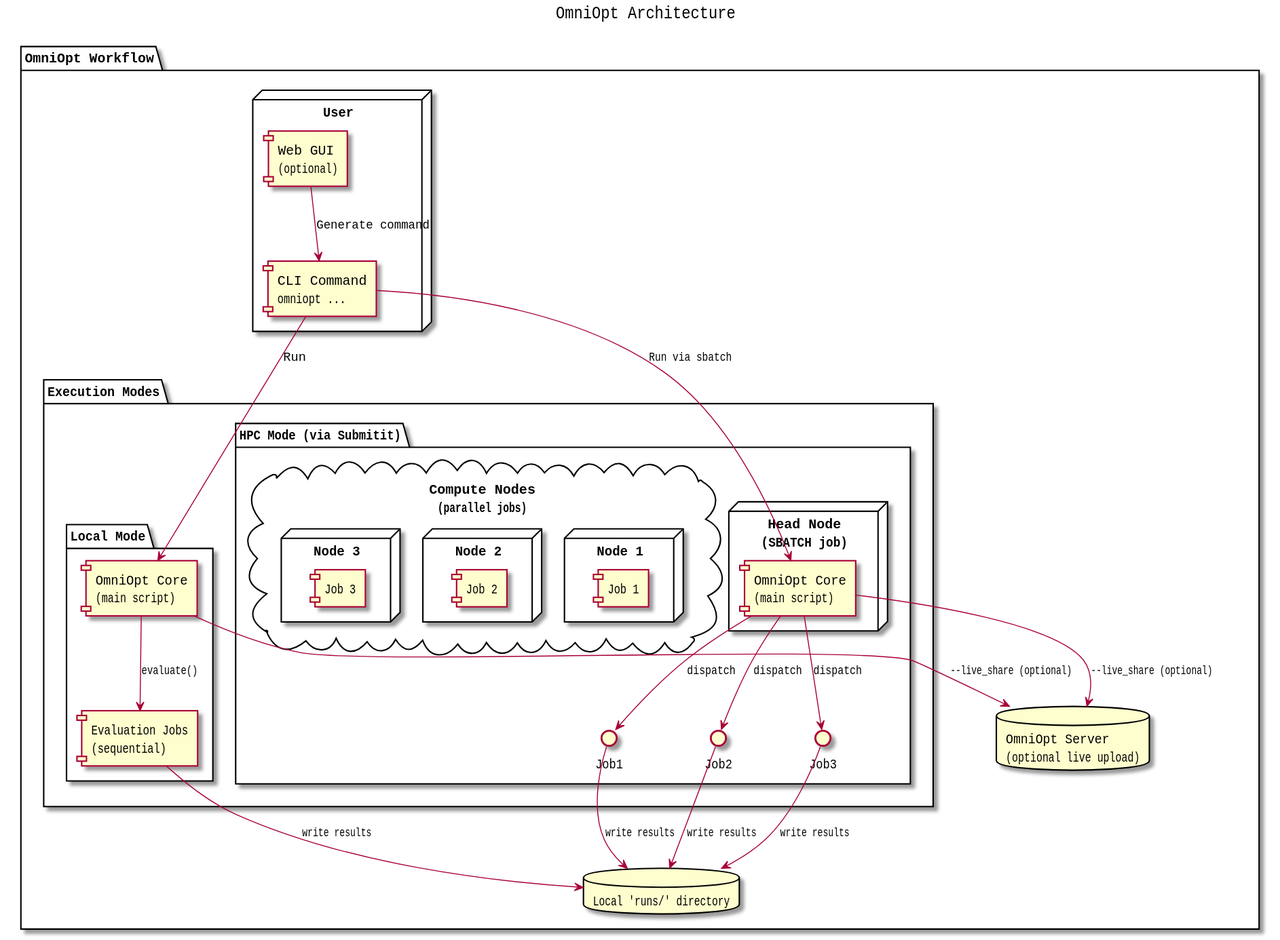
Above: .gui/documentation/architektur.svg in NormanTUD/OmniOpt (PlantUML), before the change.
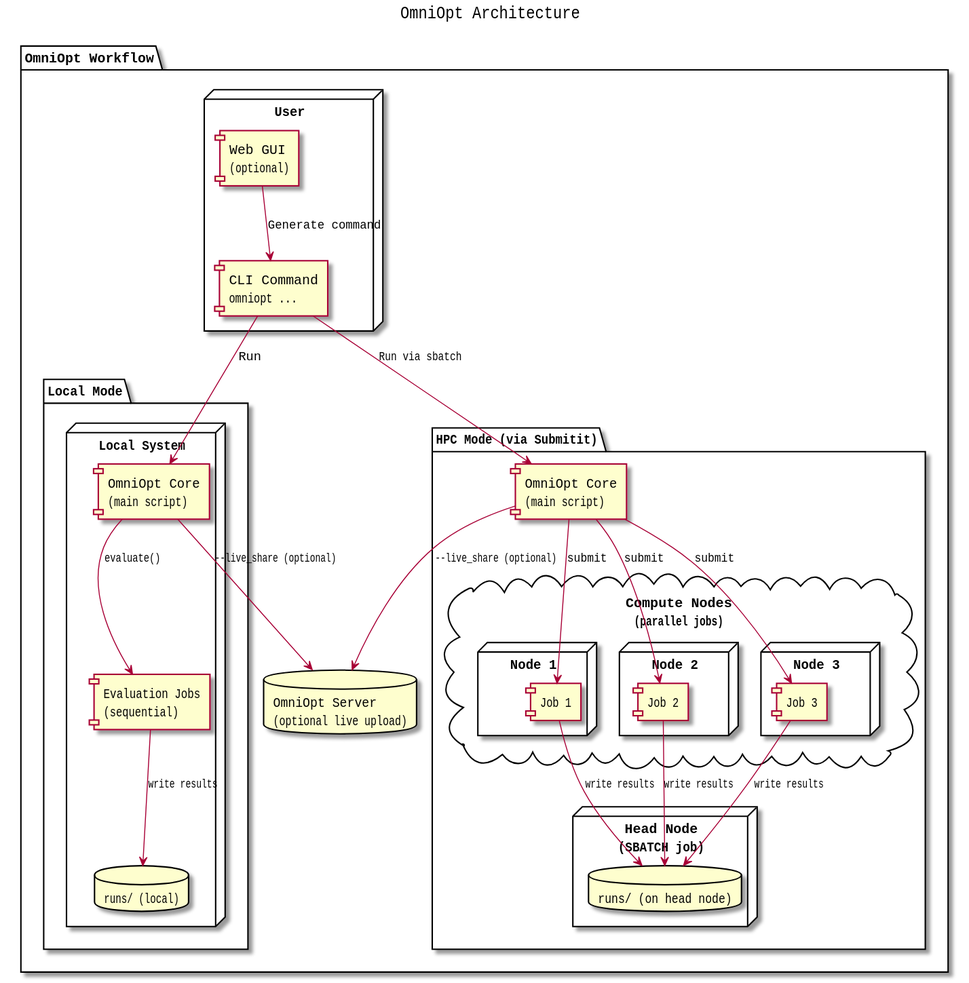
The same file after the commit.

The edit, as a diff of the source:
```diff
@@ -12,52 +12,53 @@
     GUI --> CLI : Generate command
   }
 
-  database "Local 'runs/' directory" as RunsFolder
+  database "OmniOpt Server\n(optional live upload)" as OmniOptServer
 
-  package "Execution Modes" {
-
-    folder "Local Mode" {
+  package "Local Mode" {
+    node "Local System" {
       component "OmniOpt Core\n(main script)" as LocalCore
       component "Evaluation Jobs\n(sequential)" as LocalJobs
-
-      CLI --> LocalCore : Run
-      LocalCore --> LocalJobs : evaluate()
-      LocalJobs --> RunsFolder : write results
+      database "runs/ (local)" as LocalRuns
     }
 
-    folder "HPC Mode (via Submitit)" {
-      node "Head Node\n(SBATCH job)" {
-        component "OmniOpt Core\n(main script)" as HPCMaster
-      }
-
-      cloud "Compute Nodes\n(parallel jobs)" {
-        node "Node 1" {
-          component "Job 1"
-        }
-        node "Node 2" {
-          component "Job 2"
-        }
-        node "Node 3" {
-          component "Job 3"
-        }
-      }
-
-      CLI --> HPCMaster : Run via sbatch
-      HPCMaster --> Job1 : dispatch
-      HPCMaster --> Job2 : dispatch
-      HPCMaster --> Job3 : dispatch
-
-      Job1 --> RunsFolder : write results
-      Job2 --> RunsFolder : write results
-      Job3 --> RunsFolder : write results
-    }
+    CLI --> LocalCore : Run
+    LocalCore --> LocalJobs : evaluate()
+    LocalJobs --> LocalRuns : write results
+    LocalCore --> OmniOptServer : --live_share (optional)
   }
 
-  database "OmniOpt Server\n(optional live upload)" as OmniOptServer
+  package "HPC Mode (via Submitit)" {
 
-  LocalCore --> OmniOptServer : --live_share (optional)
-  HPCMaster --> OmniOptServer : --live_share (optional)
+    component "OmniOpt Core\n(main script)" as HPCMaster
 
+    CLI --> HPCMaster : Run via sbatch
+
+    node "Head Node\n(SBATCH job)" {
+      database "runs/ (on head node)" as HPCRuns
+    }
+
+    cloud "Compute Nodes\n(parallel jobs)" {
+      node "Node 1" {
+        component "Job 1" as Job1
+      }
+      node "Node 2" {
+        component "Job 2" as Job2
+      }
+      node "Node 3" {
+        component "Job 3" as Job3
+      }
+    }
+
+    HPCMaster --> Job1 : submit
+    HPCMaster --> Job2 : submit
+    HPCMaster --> Job3 : submit
+
+    Job1 --> HPCRuns : write results
+    Job2 --> HPCRuns : write results
+    Job3 --> HPCRuns : write results
+
+    HPCMaster --> OmniOptServer : --live_share (optional)
+  }
 }
 
 @enduml
```
